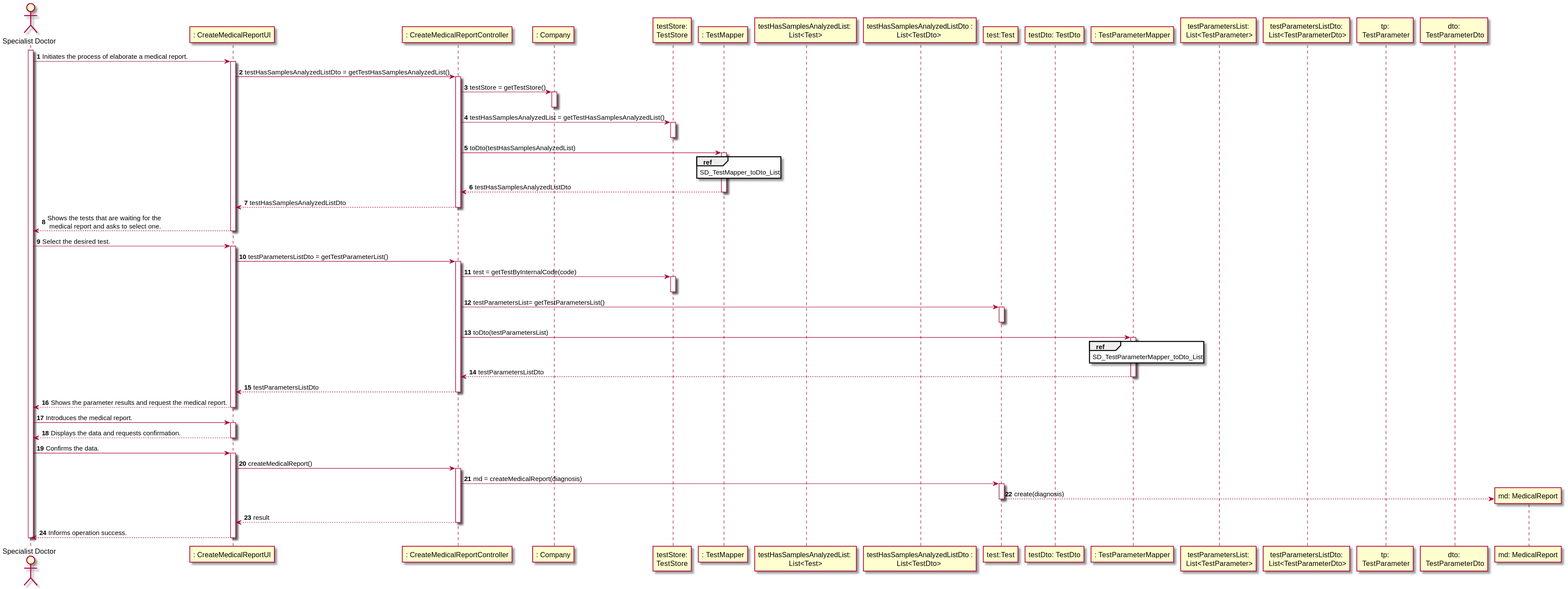
This is docs/SprintC/US14/US14_SD.svg from manu-07-ela/LAPR2_ISEP, a PlantUML export, as it was before one commit.
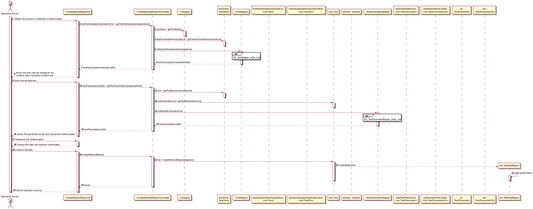
After the change.

Change to the diagram source:
```diff
@@ -43,7 +43,7 @@
 
 Doctor -> UI :  Select the desired test.
 activate UI
-UI -> CTRL : testParametersListDto = getTestParameterList()
+UI -> CTRL : testParametersListDto = getTestParameterList(selectedTest)
 activate CTRL
 CTRL -> TS : test = getTestByInternalCode(code)
 activate TS
@@ -76,6 +76,9 @@
 CTRL -> TEST : md = createMedicalReport(diagnosis)
 activate TEST
 TEST --> REPORT** : create(diagnosis)
+REPORT -> REPORT : addCreationDate()
+activate REPORT
+deactivate REPORT
 deactivate TEST
 CTRL --> UI : result
 deactivate CTRL
```
